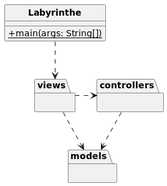
ElenaFri/labyrinthe keeps this PlantUML diagram as uml/Labyrinthe.png. Above is the earlier version.
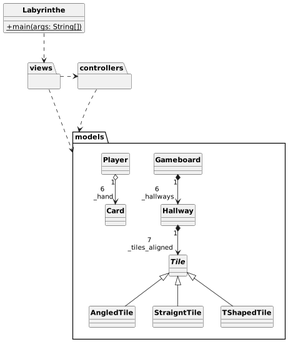
The same file after the commit.

Commit message:
Liste de classes modèles de base

Change to the diagram source:
```diff
@@ -22,12 +22,24 @@
 
 package models
 {
+    abstract class Tile {}
+    class AngledTile extends Tile {}
+    class StraigntTile extends Tile {}
+    class TShapedTile extends Tile {}
 
+    class Gameboard {}
+    class Hallway {}
+    class Card {}
+
+    class Player {}
 }
 
 Labyrinthe ..> views
-controllers ..> models
+controllers ...> models
 views ..> models
 views .> controllers
+Gameboard "1" *--> "6\n _hallways" Hallway
+Hallway "1" *--> "7\n _tiles_aligned" Tile
+Player "1" o--> "6\n _hand" Card
 
 @enduml
```
